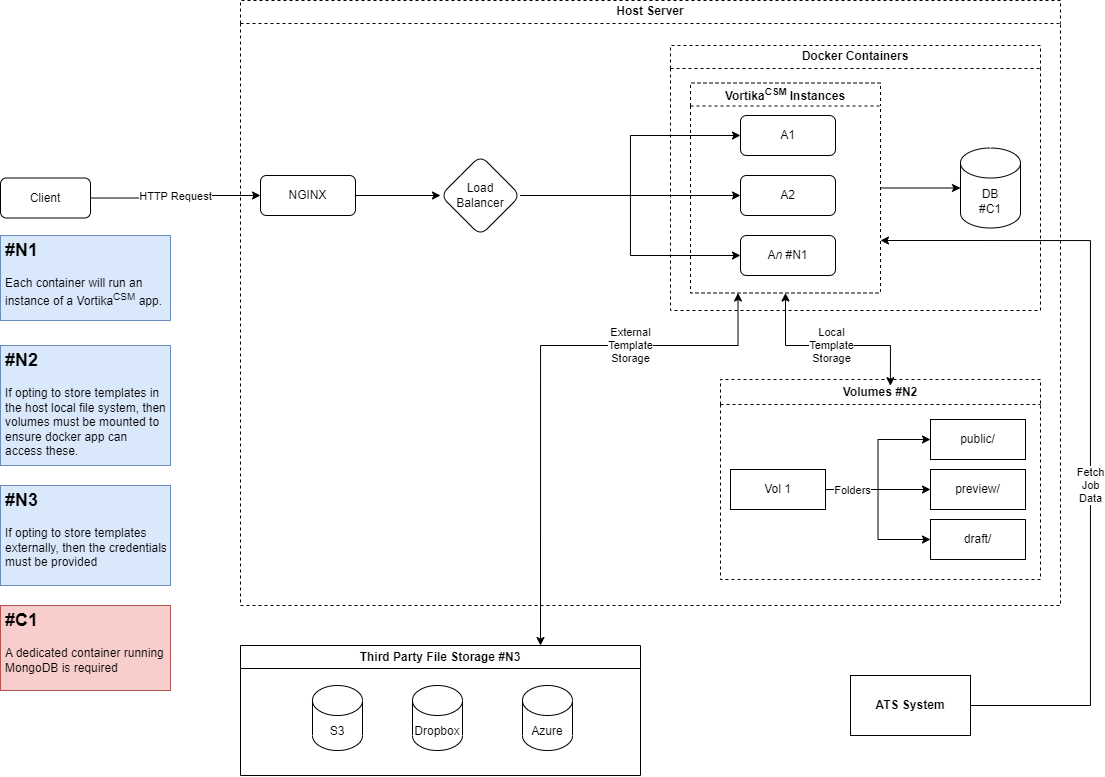
Earlier version of the draw.io export architecture.png (j-000/drawio). Source tidied: cells renumbered, new cells last; positions are measured from the earlier drawing's top-left corner, leaving out a move shared by most shapes. Its diagram source:
```xml
<mxGraphModel>
  <root>
    <mxCell id="0" />
    <mxCell id="1" parent="0" />
    <mxCell id="2" value="HTTP Request" style="edgeStyle=orthogonalEdgeStyle;rounded=0;jettySize=auto;html=1;" parent="1" edge="1" source="3" target="5">
      <mxGeometry relative="1" as="geometry" />
    </mxCell>
    <mxCell id="3" value="Client" style="rounded=1;whiteSpace=wrap;html=1;" parent="1" vertex="1">
      <mxGeometry y="177.5" width="90" height="40" as="geometry" />
    </mxCell>
    <mxCell id="4" value="Host Server" style="swimlane;whiteSpace=wrap;html=1;dashed=1;" parent="1" vertex="1">
      <mxGeometry x="240" width="820" height="605" as="geometry" />
    </mxCell>
    <mxCell id="5" value="NGINX" style="whiteSpace=wrap;html=1;rounded=1;" parent="4" vertex="1">
      <mxGeometry x="20" y="175" width="95" height="40" as="geometry" />
    </mxCell>
    <mxCell id="6" style="edgeStyle=orthogonalEdgeStyle;rounded=0;jettySize=auto;html=1;exitX=1;exitY=0.5;exitDx=0;exitDy=0;" parent="4" edge="1" source="5" target="10">
      <mxGeometry relative="1" as="geometry" />
    </mxCell>
    <mxCell id="7" style="edgeStyle=orthogonalEdgeStyle;rounded=0;jettySize=auto;html=1;exitX=1;exitY=0.5;exitDx=0;exitDy=0;entryX=0;entryY=0.5;entryDx=0;entryDy=0;" parent="4" edge="1" source="10" target="18">
      <mxGeometry relative="1" as="geometry" />
    </mxCell>
    <mxCell id="8" style="edgeStyle=orthogonalEdgeStyle;rounded=0;jettySize=auto;html=1;exitX=1;exitY=0.5;exitDx=0;exitDy=0;entryX=0;entryY=0.5;entryDx=0;entryDy=0;" parent="4" edge="1" source="10" target="17">
      <mxGeometry relative="1" as="geometry" />
    </mxCell>
    <mxCell id="9" style="edgeStyle=orthogonalEdgeStyle;rounded=0;jettySize=auto;html=1;exitX=1;exitY=0.5;exitDx=0;exitDy=0;entryX=0;entryY=0.5;entryDx=0;entryDy=0;" parent="4" edge="1" source="10" target="16">
      <mxGeometry relative="1" as="geometry" />
    </mxCell>
    <mxCell id="10" value="Load &lt;br&gt;Balancer" style="rhombus;whiteSpace=wrap;html=1;rounded=1;" parent="4" vertex="1">
      <mxGeometry x="200" y="155" width="80" height="80" as="geometry" />
    </mxCell>
    <mxCell id="11" value="Docker Containers" style="swimlane;whiteSpace=wrap;html=1;dashed=1;" parent="4" vertex="1">
      <mxGeometry x="430" y="45" width="370" height="265" as="geometry" />
    </mxCell>
    <mxCell id="12" value="DB&lt;br&gt;#C1" style="shape=cylinder3;whiteSpace=wrap;html=1;boundedLbl=1;backgroundOutline=1;size=15;" parent="11" vertex="1">
      <mxGeometry x="290" y="102.5" width="60" height="80" as="geometry" />
    </mxCell>
    <mxCell id="13" style="edgeStyle=orthogonalEdgeStyle;rounded=0;jettySize=auto;html=1;exitX=1;exitY=0.5;exitDx=0;exitDy=0;entryX=0;entryY=0.5;entryDx=0;entryDy=0;entryPerimeter=0;" parent="11" edge="1" source="14" target="12">
      <mxGeometry relative="1" as="geometry" />
    </mxCell>
    <mxCell id="14" value="Vortika&lt;sup&gt;CSM &lt;/sup&gt;Instances" style="swimlane;whiteSpace=wrap;html=1;dashed=1;" parent="11" vertex="1">
      <mxGeometry x="20" y="37.5" width="190" height="210" as="geometry" />
    </mxCell>
    <mxCell id="15" style="group;" parent="14" vertex="1">
      <mxGeometry x="50" y="32.5" width="95" height="160" as="geometry" />
    </mxCell>
    <mxCell id="16" value="A&lt;i&gt;n &lt;/i&gt;#N1" style="whiteSpace=wrap;html=1;rounded=1;" parent="15" vertex="1">
      <mxGeometry y="120" width="95" height="40" as="geometry" />
    </mxCell>
    <mxCell id="17" value="A2" style="whiteSpace=wrap;html=1;rounded=1;" parent="15" vertex="1">
      <mxGeometry y="60" width="95" height="40" as="geometry" />
    </mxCell>
    <mxCell id="18" value="A1" style="whiteSpace=wrap;html=1;rounded=1;" parent="15" vertex="1">
      <mxGeometry width="95" height="40" as="geometry" />
    </mxCell>
    <mxCell id="19" value="Volumes #N2" style="swimlane;whiteSpace=wrap;html=1;dashed=1;startSize=25;" parent="4" vertex="1">
      <mxGeometry x="480" y="379" width="320" height="200" as="geometry" />
    </mxCell>
    <mxCell id="20" style="group;" parent="19" vertex="1">
      <mxGeometry x="40" y="40" width="233" height="140" as="geometry" />
    </mxCell>
    <mxCell id="21" value="public/" style="whiteSpace=wrap;html=1;rounded=1;arcSize=0;" parent="20" vertex="1">
      <mxGeometry x="170" width="95" height="40" as="geometry" />
    </mxCell>
    <mxCell id="22" value="preview/" style="whiteSpace=wrap;html=1;rounded=1;arcSize=0;" parent="20" vertex="1">
      <mxGeometry x="170" y="50" width="95" height="40" as="geometry" />
    </mxCell>
    <mxCell id="23" value="draft/" style="whiteSpace=wrap;html=1;rounded=1;arcSize=0;" parent="20" vertex="1">
      <mxGeometry x="170" y="100" width="95" height="40" as="geometry" />
    </mxCell>
    <mxCell id="24" value="Vol 1" style="whiteSpace=wrap;html=1;rounded=1;arcSize=0;" parent="20" vertex="1">
      <mxGeometry x="-30" y="50" width="95" height="40" as="geometry" />
    </mxCell>
    <mxCell id="25" style="edgeStyle=orthogonalEdgeStyle;rounded=0;jettySize=auto;html=1;exitX=1;exitY=0.5;exitDx=0;exitDy=0;entryX=0;entryY=0.5;entryDx=0;entryDy=0;" parent="20" edge="1" source="24" target="21">
      <mxGeometry relative="1" as="geometry" />
    </mxCell>
    <mxCell id="26" style="edgeStyle=orthogonalEdgeStyle;rounded=0;jettySize=auto;html=1;exitX=1;exitY=0.5;exitDx=0;exitDy=0;entryX=0;entryY=0.5;entryDx=0;entryDy=0;" parent="20" edge="1" source="24" target="22">
      <mxGeometry relative="1" as="geometry" />
    </mxCell>
    <mxCell id="27" style="edgeStyle=orthogonalEdgeStyle;rounded=0;jettySize=auto;html=1;exitX=1;exitY=0.5;exitDx=0;exitDy=0;entryX=0;entryY=0.5;entryDx=0;entryDy=0;" parent="20" edge="1" source="24" target="23">
      <mxGeometry relative="1" as="geometry" />
    </mxCell>
    <mxCell id="28" value="Folders" style="edgeLabel;html=1;align=center;verticalAlign=middle;" parent="27" vertex="1">
      <mxGeometry x="-0.66" relative="1" as="geometry" />
    </mxCell>
    <mxCell id="29" value="Local&lt;br&gt;Template&lt;br&gt;Storage" style="edgeStyle=orthogonalEdgeStyle;rounded=0;jettySize=auto;html=1;exitX=0.5;exitY=1;exitDx=0;exitDy=0;entryX=0.531;entryY=0.031;entryDx=0;entryDy=0;entryPerimeter=0;startArrow=classic;startFill=1;" parent="4" edge="1" source="14" target="19">
      <mxGeometry relative="1" as="geometry">
        <Array as="points">
          <mxPoint x="545" y="345" />
          <mxPoint x="650" y="345" />
        </Array>
      </mxGeometry>
    </mxCell>
    <mxCell id="30" value="&lt;h2&gt;#N1&lt;/h2&gt;&lt;p&gt;Each container will run an instance of a Vortika&lt;sup&gt;CSM&lt;/sup&gt;&amp;nbsp;app.&amp;nbsp;&lt;/p&gt;" style="text;html=1;strokeColor=#6c8ebf;fillColor=#dae8fc;spacing=5;spacingTop=-20;whiteSpace=wrap;overflow=hidden;rounded=0;" parent="1" vertex="1">
      <mxGeometry y="235" width="170" height="85" as="geometry" />
    </mxCell>
    <mxCell id="31" value="&lt;h2&gt;#C1&lt;/h2&gt;&lt;p&gt;A dedicated container running MongoDB is required&lt;/p&gt;" style="text;html=1;strokeColor=#b85450;fillColor=#f8cecc;spacing=5;spacingTop=-20;whiteSpace=wrap;overflow=hidden;rounded=0;" parent="1" vertex="1">
      <mxGeometry y="605" width="170" height="85" as="geometry" />
    </mxCell>
    <mxCell id="32" value="&lt;h2&gt;#N2&lt;/h2&gt;&lt;p&gt;If opting to store templates in the host local file system, then volumes must be mounted to ensure docker app can access these.&lt;/p&gt;" style="text;html=1;strokeColor=#6c8ebf;fillColor=#dae8fc;spacing=5;spacingTop=-20;whiteSpace=wrap;overflow=hidden;rounded=0;" parent="1" vertex="1">
      <mxGeometry y="345" width="170" height="120" as="geometry" />
    </mxCell>
    <mxCell id="33" value="External&lt;br&gt;Template&lt;br&gt;Storage" style="edgeStyle=orthogonalEdgeStyle;rounded=0;jettySize=auto;html=1;exitX=0.75;exitY=0;exitDx=0;exitDy=0;entryX=0.25;entryY=1;entryDx=0;entryDy=0;startArrow=classic;startFill=1;" parent="1" edge="1" source="34" target="14">
      <mxGeometry x="0.42" relative="1" as="geometry">
        <Array as="points">
          <mxPoint x="540" y="345" />
          <mxPoint x="738" y="345" />
        </Array>
      </mxGeometry>
    </mxCell>
    <mxCell id="34" value="Third Party File Storage #N3" style="swimlane;whiteSpace=wrap;html=1;" parent="1" vertex="1">
      <mxGeometry x="240" y="645" width="400" height="130" as="geometry" />
    </mxCell>
    <mxCell id="35" value="Azure" style="shape=cylinder3;whiteSpace=wrap;html=1;boundedLbl=1;backgroundOutline=1;size=15;" parent="34" vertex="1">
      <mxGeometry x="282" y="40" width="50" height="65" as="geometry" />
    </mxCell>
    <mxCell id="36" value="Dropbox" style="shape=cylinder3;whiteSpace=wrap;html=1;boundedLbl=1;backgroundOutline=1;size=15;" parent="34" vertex="1">
      <mxGeometry x="172" y="40" width="50" height="65" as="geometry" />
    </mxCell>
    <mxCell id="37" value="S3" style="shape=cylinder3;whiteSpace=wrap;html=1;boundedLbl=1;backgroundOutline=1;size=15;" parent="34" vertex="1">
      <mxGeometry x="72" y="40" width="50" height="65" as="geometry" />
    </mxCell>
    <mxCell id="38" value="&lt;h2&gt;#N3&lt;/h2&gt;&lt;p&gt;If opting to store templates externally, then the credentials must be provided&lt;/p&gt;" style="text;html=1;strokeColor=#6c8ebf;fillColor=#dae8fc;spacing=5;spacingTop=-20;whiteSpace=wrap;overflow=hidden;rounded=0;" parent="1" vertex="1">
      <mxGeometry y="485" width="170" height="100" as="geometry" />
    </mxCell>
    <mxCell id="39" value="ATS System" style="whiteSpace=wrap;html=1;fontStyle=1;startSize=23;" parent="1" vertex="1">
      <mxGeometry x="850" y="675" width="120" height="60" as="geometry" />
    </mxCell>
    <mxCell id="40" value="Fetch&lt;br&gt;Job&lt;br&gt;Data" style="edgeStyle=orthogonalEdgeStyle;rounded=0;jettySize=auto;html=1;exitX=1;exitY=0.75;exitDx=0;exitDy=0;entryX=1;entryY=0.5;entryDx=0;entryDy=0;startArrow=classic;startFill=1;endArrow=none;endFill=0;" parent="1" edge="1" source="14" target="39">
      <mxGeometry x="0.14" relative="1" as="geometry">
        <Array as="points">
          <mxPoint x="1090" y="240" />
          <mxPoint x="1090" y="705" />
        </Array>
      </mxGeometry>
    </mxCell>
  </root>
</mxGraphModel>
```
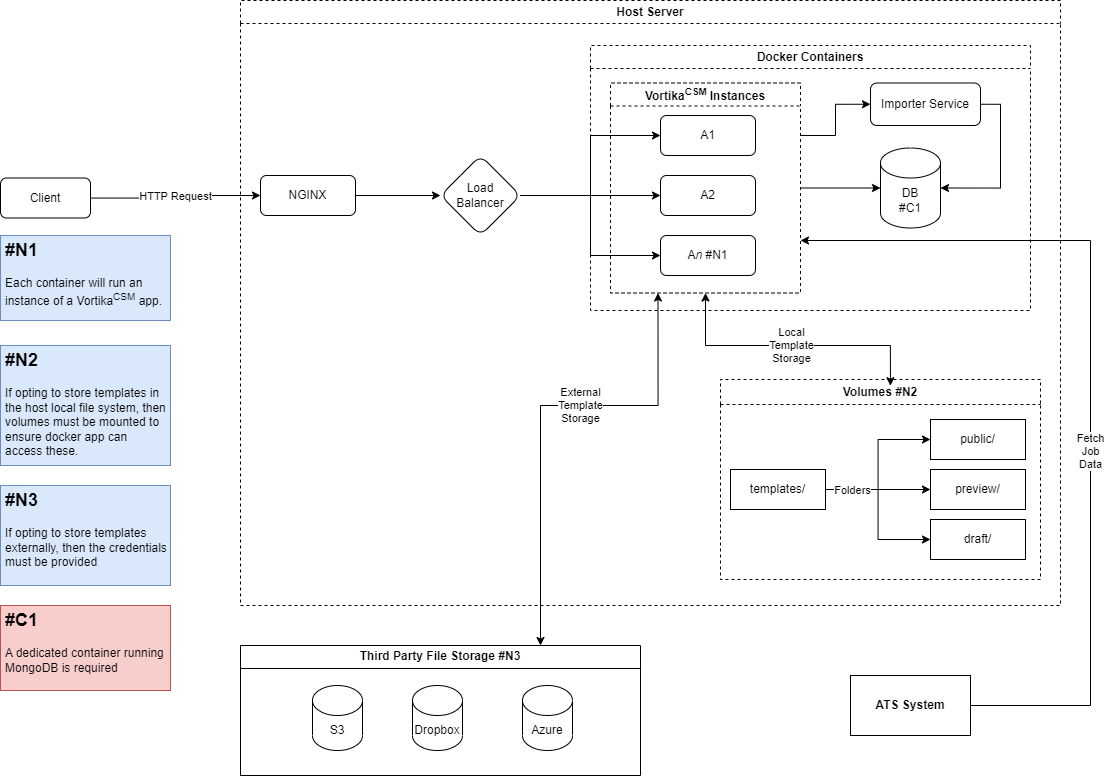
The same file after the commit.

Change to the diagram source:
```diff
@@ -30,7 +30,7 @@
       <mxGeometry x="200" y="155" width="80" height="80" as="geometry" />
     </mxCell>
     <mxCell id="11" value="Docker Containers" style="swimlane;whiteSpace=wrap;html=1;dashed=1;" parent="4" vertex="1">
-      <mxGeometry x="430" y="45" width="370" height="265" as="geometry" />
+      <mxGeometry x="350" y="45" width="440" height="265" as="geometry" />
     </mxCell>
     <mxCell id="12" value="DB&lt;br&gt;#C1" style="shape=cylinder3;whiteSpace=wrap;html=1;boundedLbl=1;backgroundOutline=1;size=15;" parent="11" vertex="1">
       <mxGeometry x="290" y="102.5" width="60" height="80" as="geometry" />
@@ -38,6 +38,9 @@
     <mxCell id="13" style="edgeStyle=orthogonalEdgeStyle;rounded=0;jettySize=auto;html=1;exitX=1;exitY=0.5;exitDx=0;exitDy=0;entryX=0;entryY=0.5;entryDx=0;entryDy=0;entryPerimeter=0;" parent="11" edge="1" source="14" target="12">
       <mxGeometry relative="1" as="geometry" />
     </mxCell>
+    <mxCell id="41" style="edgeStyle=orthogonalEdgeStyle;rounded=0;jettySize=auto;html=1;exitX=1;exitY=0.25;exitDx=0;exitDy=0;entryX=0;entryY=0.5;entryDx=0;entryDy=0;" parent="11" edge="1" source="14" target="43">
+      <mxGeometry relative="1" as="geometry" />
+    </mxCell>
     <mxCell id="14" value="Vortika&lt;sup&gt;CSM &lt;/sup&gt;Instances" style="swimlane;whiteSpace=wrap;html=1;dashed=1;" parent="11" vertex="1">
       <mxGeometry x="20" y="37.5" width="190" height="210" as="geometry" />
     </mxCell>
@@ -53,6 +56,12 @@
     <mxCell id="18" value="A1" style="whiteSpace=wrap;html=1;rounded=1;" parent="15" vertex="1">
       <mxGeometry width="95" height="40" as="geometry" />
     </mxCell>
+    <mxCell id="42" style="edgeStyle=orthogonalEdgeStyle;rounded=0;jettySize=auto;html=1;exitX=1;exitY=0.5;exitDx=0;exitDy=0;entryX=1;entryY=0.5;entryDx=0;entryDy=0;entryPerimeter=0;" parent="11" edge="1" source="43" target="12">
+      <mxGeometry relative="1" as="geometry" />
+    </mxCell>
+    <mxCell id="43" value="Importer Service" style="rounded=1;whiteSpace=wrap;html=1;" parent="11" vertex="1">
+      <mxGeometry x="280" y="37.5" width="110" height="42.5" as="geometry" />
+    </mxCell>
     <mxCell id="19" value="Volumes #N2" style="swimlane;whiteSpace=wrap;html=1;dashed=1;startSize=25;" parent="4" vertex="1">
       <mxGeometry x="480" y="379" width="320" height="200" as="geometry" />
     </mxCell>
@@ -68,7 +77,7 @@
     <mxCell id="23" value="draft/" style="whiteSpace=wrap;html=1;rounded=1;arcSize=0;" parent="20" vertex="1">
       <mxGeometry x="170" y="100" width="95" height="40" as="geometry" />
     </mxCell>
-    <mxCell id="24" value="Vol 1" style="whiteSpace=wrap;html=1;rounded=1;arcSize=0;" parent="20" vertex="1">
+    <mxCell id="24" value="templates/" style="whiteSpace=wrap;html=1;rounded=1;arcSize=0;" parent="20" vertex="1">
       <mxGeometry x="-30" y="50" width="95" height="40" as="geometry" />
     </mxCell>
     <mxCell id="25" style="edgeStyle=orthogonalEdgeStyle;rounded=0;jettySize=auto;html=1;exitX=1;exitY=0.5;exitDx=0;exitDy=0;entryX=0;entryY=0.5;entryDx=0;entryDy=0;" parent="20" edge="1" source="24" target="21">
@@ -86,7 +95,7 @@
     <mxCell id="29" value="Local&lt;br&gt;Template&lt;br&gt;Storage" style="edgeStyle=orthogonalEdgeStyle;rounded=0;jettySize=auto;html=1;exitX=0.5;exitY=1;exitDx=0;exitDy=0;entryX=0.531;entryY=0.031;entryDx=0;entryDy=0;entryPerimeter=0;startArrow=classic;startFill=1;" parent="4" edge="1" source="14" target="19">
       <mxGeometry relative="1" as="geometry">
         <Array as="points">
-          <mxPoint x="545" y="345" />
+          <mxPoint x="465" y="345" />
           <mxPoint x="650" y="345" />
         </Array>
       </mxGeometry>
@@ -100,11 +109,11 @@
     <mxCell id="32" value="&lt;h2&gt;#N2&lt;/h2&gt;&lt;p&gt;If opting to store templates in the host local file system, then volumes must be mounted to ensure docker app can access these.&lt;/p&gt;" style="text;html=1;strokeColor=#6c8ebf;fillColor=#dae8fc;spacing=5;spacingTop=-20;whiteSpace=wrap;overflow=hidden;rounded=0;" parent="1" vertex="1">
       <mxGeometry y="345" width="170" height="120" as="geometry" />
     </mxCell>
-    <mxCell id="33" value="External&lt;br&gt;Template&lt;br&gt;Storage" style="edgeStyle=orthogonalEdgeStyle;rounded=0;jettySize=auto;html=1;exitX=0.75;exitY=0;exitDx=0;exitDy=0;entryX=0.25;entryY=1;entryDx=0;entryDy=0;startArrow=classic;startFill=1;" parent="1" edge="1" source="34" target="14">
-      <mxGeometry x="0.42" relative="1" as="geometry">
+    <mxCell id="33" value="External&lt;br&gt;Template&lt;br&gt;Storage" style="edgeStyle=orthogonalEdgeStyle;rounded=0;jettySize=auto;html=1;exitX=0.75;exitY=0;exitDx=0;exitDy=0;startArrow=classic;startFill=1;entryX=0.25;entryY=1;entryDx=0;entryDy=0;" parent="1" edge="1" source="34" target="14">
+      <mxGeometry x="0.19" relative="1" as="geometry">
         <Array as="points">
-          <mxPoint x="540" y="345" />
-          <mxPoint x="738" y="345" />
+          <mxPoint x="540" y="405" />
+          <mxPoint x="657" y="405" />
         </Array>
       </mxGeometry>
     </mxCell>
```
